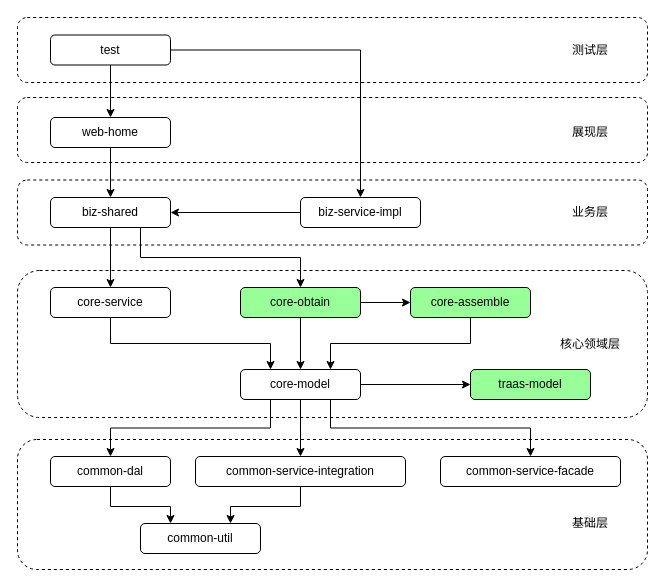
Earlier version of the draw.io diagram RMC工程结构.drawio (frankneu/draw.io). Source tidied: cells renumbered, new cells numbered last; positions are measured from the earlier drawing's top-left corner, leaving out a move shared by most shapes. Both pictures are drawn from the tidied source at 100%, with x=0, y=0 at pixel (17, 17).
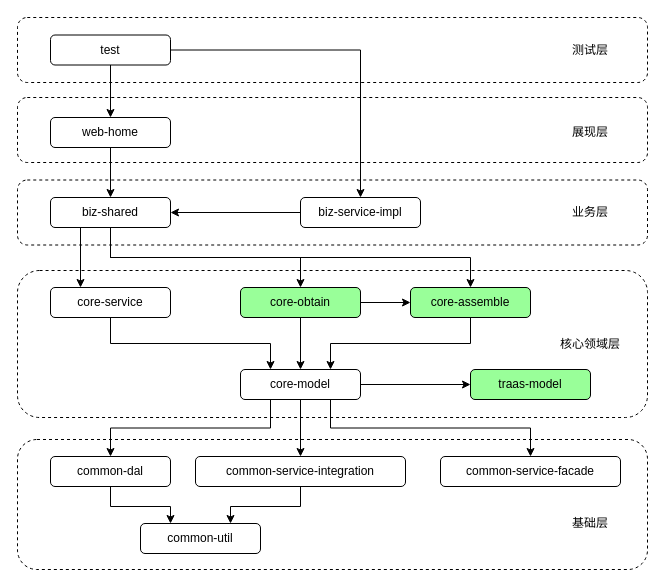
After the change.

Unchanged cells that the change refers to:
```xml
<mxCell id="14" value="biz-shared" style="rounded=1;whiteSpace=wrap;html=1;" parent="1" vertex="1">
  <mxGeometry x="33" y="180" width="120" height="30" as="geometry" />
</mxCell>
<mxCell id="18" value="core-service" style="rounded=1;whiteSpace=wrap;html=1;" parent="1" vertex="1">
  <mxGeometry x="33" y="270" width="120" height="30" as="geometry" />
</mxCell>
<mxCell id="21" value="core-obtain" style="rounded=1;whiteSpace=wrap;html=1;fillColor=#99FF99;" parent="1" vertex="1">
  <mxGeometry x="223" y="270" width="120" height="30" as="geometry" />
</mxCell>
<mxCell id="23" value="core-assemble" style="rounded=1;whiteSpace=wrap;html=1;fillColor=#99FF99;" parent="1" vertex="1">
  <mxGeometry x="393" y="270" width="120" height="30" as="geometry" />
</mxCell>
```

What changed in the source:
```diff
@@
+    <mxCell id="13" style="edgeStyle=orthogonalEdgeStyle;rounded=0;jettySize=auto;html=1;exitX=0.5;exitY=1;exitDx=0;exitDy=0;entryX=0.5;entryY=0;entryDx=0;entryDy=0;" parent="1" edge="1" source="14" target="21">
+      <mxGeometry relative="1" as="geometry" />
+    </mxCell>
-    <mxCell id="12" style="edgeStyle=orthogonalEdgeStyle;rounded=0;jettySize=auto;html=1;exitX=0.5;exitY=1;exitDx=0;exitDy=0;" parent="1" edge="1" source="14" target="18">
+    <mxCell id="12" style="edgeStyle=orthogonalEdgeStyle;rounded=0;jettySize=auto;html=1;exitX=0.25;exitY=1;exitDx=0;exitDy=0;entryX=0.25;entryY=0;entryDx=0;entryDy=0;" parent="1" edge="1" source="14" target="18">
       <mxGeometry relative="1" as="geometry" />
     </mxCell>
-    <mxCell id="13" style="edgeStyle=orthogonalEdgeStyle;rounded=0;jettySize=auto;html=1;exitX=0.75;exitY=1;exitDx=0;exitDy=0;entryX=0.5;entryY=0;entryDx=0;entryDy=0;" parent="1" edge="1" source="14" target="21">
-      <mxGeometry relative="1" as="geometry" />
-    </mxCell>
+    <mxCell id="41" style="edgeStyle=orthogonalEdgeStyle;rounded=0;jettySize=auto;html=1;exitX=0.5;exitY=1;exitDx=0;exitDy=0;entryX=0.5;entryY=0;entryDx=0;entryDy=0;" parent="1" edge="1" source="14" target="23">
+      <mxGeometry relative="1" as="geometry" />
+    </mxCell>
```
